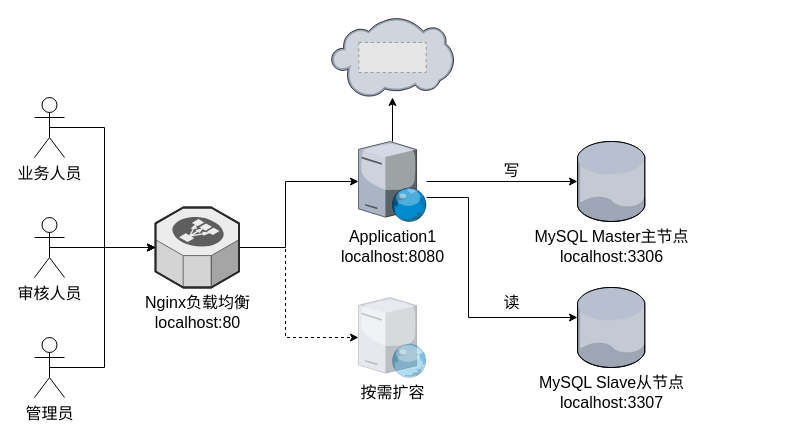
This is GH架构图.drawio from weyg0/Diagrams, a draw.io file, before an edit. Source tidied: cells renumbered, new cells numbered last; positions are measured from the earlier drawing's top-left corner, leaving out a move shared by most shapes. Both pictures are drawn from the tidied source at 100%, with x=0, y=0 at pixel (34, 17). Pictures stored in the file or linked from it are replaced by grey dashed boxes.
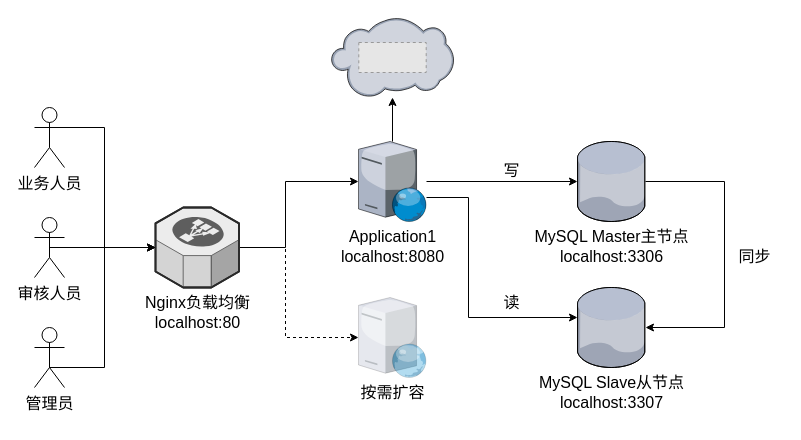
The same diagram, later.

Commit message (it also covers changes not shown here):
更新GH架构图.drawio

Unchanged cells that the change refers to:
```xml
<mxCell id="6" style="verticalLabelPosition=bottom;sketch=0;html=1;verticalAlign=top;strokeColor=none;align=center;outlineConnect=0;shape=mxgraph.citrix.database;" parent="1" vertex="1">
  <mxGeometry x="543" y="124" width="68" height="80" as="geometry" />
</mxCell>
<mxCell id="7" style="verticalLabelPosition=bottom;sketch=0;html=1;verticalAlign=top;strokeColor=none;align=center;outlineConnect=0;shape=mxgraph.citrix.database;" parent="1" vertex="1">
  <mxGeometry x="543" y="270" width="68" height="80" as="geometry" />
</mxCell>
```

What changed in the source:
```diff
@@
+    <mxCell id="28" style="edgeStyle=orthogonalEdgeStyle;rounded=0;jettySize=auto;html=1;" parent="1" edge="1" source="6" target="7">
+      <mxGeometry relative="1" as="geometry">
+        <Array as="points">
+          <mxPoint x="690" y="164" />
+          <mxPoint x="690" y="310" />
+        </Array>
+      </mxGeometry>
+    </mxCell>
@@
     <mxCell id="17" value="&lt;font style=&quot;font-size: 16px;&quot;&gt;业务人员&lt;/font&gt;" style="shape=umlActor;verticalLabelPosition=bottom;verticalAlign=top;html=1;outlineConnect=0;" parent="1" vertex="1">
-      <mxGeometry y="80" width="30" height="60" as="geometry" />
+      <mxGeometry y="90" width="30" height="60" as="geometry" />
     </mxCell>
@@
     <mxCell id="21" value="&lt;font style=&quot;font-size: 16px;&quot;&gt;管理员&lt;/font&gt;" style="shape=umlActor;verticalLabelPosition=bottom;verticalAlign=top;html=1;outlineConnect=0;" parent="1" vertex="1">
-      <mxGeometry y="320" width="30" height="60" as="geometry" />
+      <mxGeometry y="310" width="30" height="60" as="geometry" />
     </mxCell>
@@
+    <mxCell id="29" value="&lt;font style=&quot;font-size: 16px;&quot;&gt;同步&lt;/font&gt;" style="text;html=1;align=center;verticalAlign=middle;strokeColor=none;fillColor=none;" parent="1" vertex="1">
+      <mxGeometry x="690" y="224" width="60" height="30" as="geometry" />
+    </mxCell>
```
